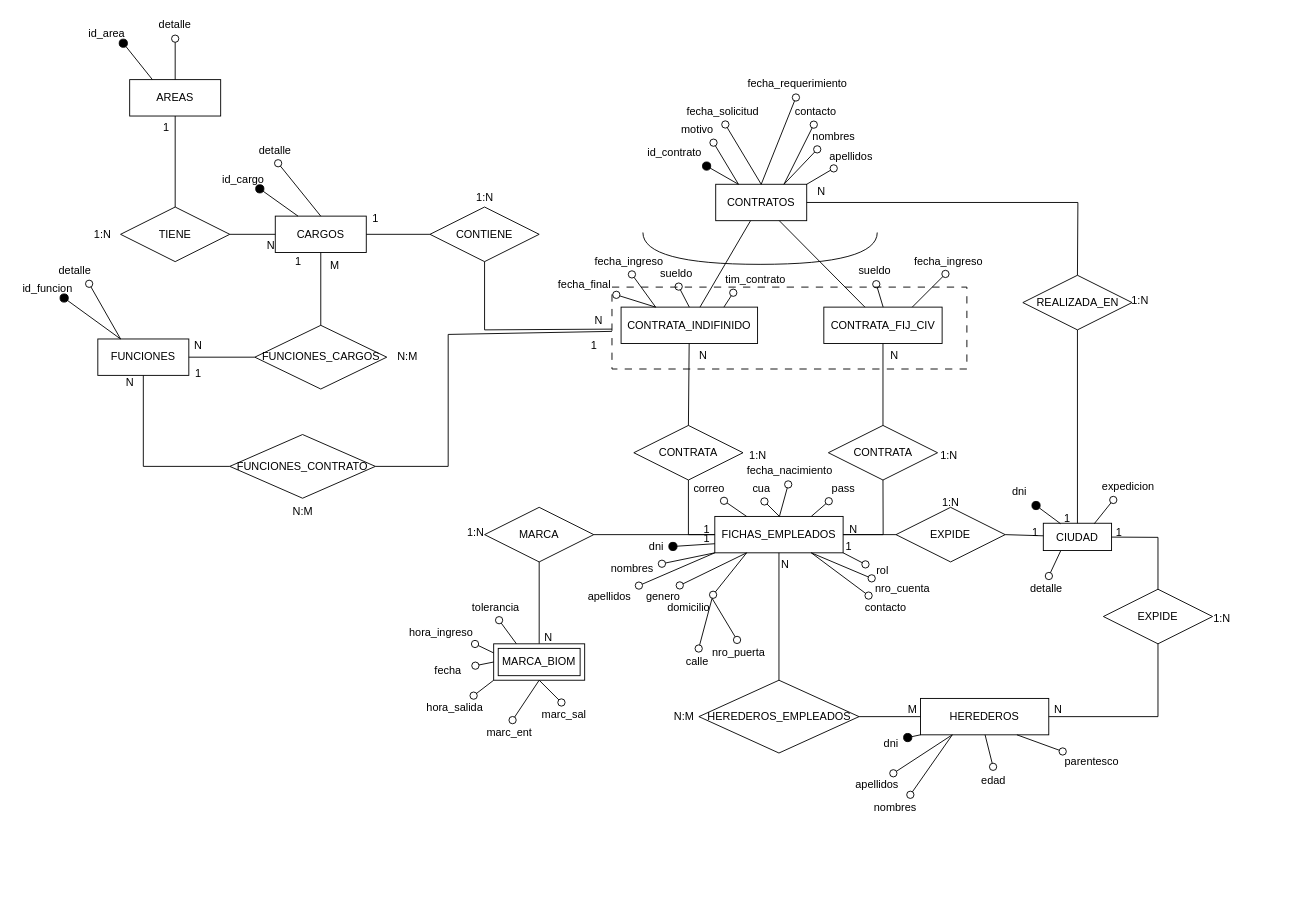
This is Diagrama SRH.drawio from tomyivan/diagramas-DB, a draw.io file, before an edit. Source tidied: cells renumbered, new cells numbered last; positions are measured from the earlier drawing's top-left corner, leaving out a move shared by most shapes. Both pictures are drawn from the tidied source at 91%, with x=0, y=0 at pixel (15, 15).
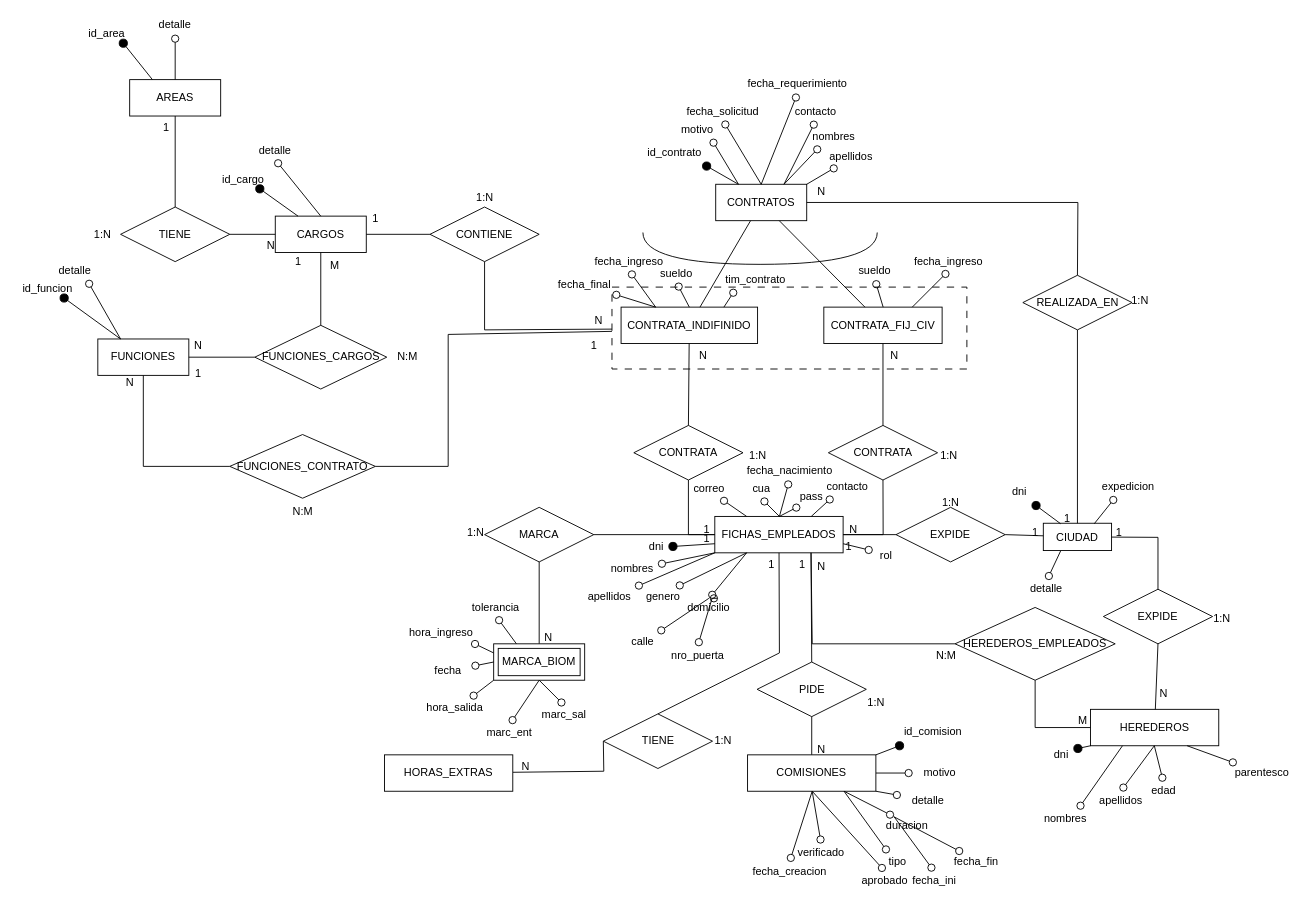
After the change.

Unchanged cells that the change refers to:
```xml
<mxCell id="76" value="FICHAS_EMPLEADOS" style="whiteSpace=wrap;html=1;align=center;" parent="1" vertex="1">
  <mxGeometry x="768" y="550" width="141" height="40" as="geometry" />
</mxCell>
<mxCell id="143" value="EXPIDE" style="shape=rhombus;perimeter=rhombusPerimeter;whiteSpace=wrap;html=1;align=center;" parent="1" vertex="1">
  <mxGeometry x="1195" y="630" width="120" height="60" as="geometry" />
</mxCell>
```

The edit, as a diff of the source:
```diff
@@
-    <mxCell id="99" value="domicilio" style="whiteSpace=wrap;html=1;align=center;strokeColor=none;fillColor=none;" parent="1" vertex="1">
-      <mxGeometry x="691.5" y="640" width="95" height="20" as="geometry" />
-    </mxCell>
@@
-    <mxCell id="101" style="endArrow=circle;html=1;rounded=0;strokeColor=default;shadow=0;startFill=0;fillOpacity=100;endFill=0;snapToPoint=1;fixDash=1;backgroundOutline=1;comic=0;jiggle=1;enumerate=0;orthogonal=0;strokeOpacity=100;arcSize=210;startArrow=none;strokeWidth=1;startSize=0;endSize=3;" parent="1" edge="1" target="103">
-      <mxGeometry relative="1" as="geometry">
-        <mxPoint x="765" y="640" as="sourcePoint" />
-      </mxGeometry>
+    <mxCell id="101" style="endArrow=circle;html=1;rounded=0;strokeColor=default;shadow=0;startFill=0;fillOpacity=100;endFill=0;snapToPoint=1;fixDash=1;backgroundOutline=1;comic=0;jiggle=1;enumerate=0;orthogonal=0;strokeOpacity=100;arcSize=210;startArrow=none;strokeWidth=1;startSize=0;endSize=3;exitX=0.5;exitY=0;exitDx=0;exitDy=0;" parent="1" edge="1" source="99" target="103">
+      <mxGeometry relative="1" as="geometry" />
     </mxCell>
@@
     <mxCell id="103" value="calle" style="whiteSpace=wrap;html=1;align=center;strokeColor=none;fillColor=none;" parent="1" vertex="1">
-      <mxGeometry x="733" y="700" width="32" height="20" as="geometry" />
+      <mxGeometry x="673" y="678" width="32" height="20" as="geometry" />
     </mxCell>
     <mxCell id="104" value="nro_puerta" style="whiteSpace=wrap;html=1;align=center;strokeColor=none;fillColor=none;" parent="1" vertex="1">
-      <mxGeometry x="759" y="690" width="71" height="20" as="geometry" />
+      <mxGeometry x="713.5" y="693" width="71" height="20" as="geometry" />
     </mxCell>
     <mxCell id="105" value="contacto" style="whiteSpace=wrap;html=1;align=center;strokeColor=none;fillColor=none;" parent="1" vertex="1">
-      <mxGeometry x="925" y="640" width="62.2" height="20" as="geometry" />
+      <mxGeometry x="882.8" y="507.5" width="62.2" height="20" as="geometry" />
     </mxCell>
@@
-    <mxCell id="109" value="nro_cuenta" style="whiteSpace=wrap;html=1;align=center;strokeColor=none;fillColor=none;" parent="1" vertex="1">
-      <mxGeometry x="945" y="620" width="58.8" height="20" as="geometry" />
+    <mxCell id="109" value="motivo" style="whiteSpace=wrap;html=1;align=center;strokeColor=none;fillColor=none;" parent="1" vertex="1">
+      <mxGeometry x="986.2" y="822" width="58.8" height="20" as="geometry" />
     </mxCell>
-    <mxCell id="110" style="endArrow=circle;html=1;rounded=0;strokeColor=default;shadow=0;startFill=0;fillOpacity=100;endFill=0;snapToPoint=1;fixDash=1;backgroundOutline=1;comic=0;jiggle=1;enumerate=0;orthogonal=0;strokeOpacity=100;arcSize=210;startArrow=none;strokeWidth=1;startSize=0;endSize=3;" parent="1" edge="1" source="76" target="109">
+    <mxCell id="110" style="endArrow=circle;html=1;rounded=0;strokeColor=default;shadow=0;startFill=0;fillOpacity=100;endFill=0;snapToPoint=1;fixDash=1;backgroundOutline=1;comic=0;jiggle=1;enumerate=0;orthogonal=0;strokeOpacity=100;arcSize=210;startArrow=none;strokeWidth=1;startSize=0;endSize=3;" parent="1" edge="1" source="185" target="109">
       <mxGeometry relative="1" as="geometry" />
     </mxCell>
@@
     <mxCell id="113" value="pass" style="whiteSpace=wrap;html=1;align=center;strokeColor=none;fillColor=none;" parent="1" vertex="1">
-      <mxGeometry x="884" y="510" width="51" height="20" as="geometry" />
+      <mxGeometry x="849" y="517.5" width="51" height="20" as="geometry" />
     </mxCell>
@@
     <mxCell id="115" value="rol" style="whiteSpace=wrap;html=1;align=center;strokeColor=none;fillColor=none;" parent="1" vertex="1">
-      <mxGeometry x="938.4" y="600" width="28.8" height="20" as="geometry" />
+      <mxGeometry x="941.8" y="582.5" width="28.8" height="20" as="geometry" />
     </mxCell>
@@
     <mxCell id="136" value="HEREDEROS" style="whiteSpace=wrap;html=1;align=center;" parent="1" vertex="1">
-      <mxGeometry x="994" y="750" width="141" height="40" as="geometry" />
+      <mxGeometry x="1180.8" y="762" width="141" height="40" as="geometry" />
     </mxCell>
     <mxCell id="137" value="HEREDEROS_EMPLEADOS" style="shape=rhombus;perimeter=rhombusPerimeter;whiteSpace=wrap;html=1;align=center;" parent="1" vertex="1">
-      <mxGeometry x="750.5" y="730" width="176" height="80" as="geometry" />
+      <mxGeometry x="1032" y="650" width="176" height="80" as="geometry" />
     </mxCell>
-    <mxCell id="138" style="endArrow=none;html=1;rounded=0;entryX=0.5;entryY=0;entryDx=0;entryDy=0;" parent="1" edge="1" source="76" target="137">
-      <mxGeometry relative="1" as="geometry" />
+    <mxCell id="138" style="endArrow=none;html=1;rounded=0;entryX=0;entryY=0.5;entryDx=0;entryDy=0;exitX=0.75;exitY=1;exitDx=0;exitDy=0;" parent="1" edge="1" source="76" target="137">
+      <mxGeometry relative="1" as="geometry">
+        <Array as="points">
+          <mxPoint x="875" y="690" />
+        </Array>
+      </mxGeometry>
     </mxCell>
-    <mxCell id="139" style="endArrow=none;html=1;rounded=0;exitX=1;exitY=0.5;exitDx=0;exitDy=0;" parent="1" edge="1" source="137" target="136">
-      <mxGeometry relative="1" as="geometry" />
+    <mxCell id="139" style="endArrow=none;html=1;rounded=0;exitX=0.5;exitY=1;exitDx=0;exitDy=0;" parent="1" edge="1" source="137" target="136">
+      <mxGeometry relative="1" as="geometry">
+        <Array as="points">
+          <mxPoint x="1120" y="782" />
+        </Array>
+      </mxGeometry>
     </mxCell>
     <mxCell id="140" value="N" style="text;html=1;align=center;verticalAlign=middle;strokeColor=none;fillColor=none;" parent="1" vertex="1">
-      <mxGeometry x="830" y="588" width="30" height="30" as="geometry" />
+      <mxGeometry x="870" y="590" width="30" height="30" as="geometry" />
     </mxCell>
     <mxCell id="141" value="M" style="text;html=1;align=center;verticalAlign=middle;strokeColor=none;fillColor=none;" parent="1" vertex="1">
-      <mxGeometry x="970" y="748" width="30" height="30" as="geometry" />
+      <mxGeometry x="1156.8" y="760" width="30" height="30" as="geometry" />
     </mxCell>
     <mxCell id="142" value="N:M" style="text;html=1;align=center;verticalAlign=middle;strokeColor=none;fillColor=none;" parent="1" vertex="1">
-      <mxGeometry x="709" y="755" width="50" height="30" as="geometry" />
+      <mxGeometry x="997.1" y="688" width="50" height="30" as="geometry" />
     </mxCell>
@@
     <mxCell id="145" style="endArrow=none;html=1;rounded=0;entryX=0.5;entryY=1;entryDx=0;entryDy=0;" parent="1" edge="1" source="136" target="143">
-      <mxGeometry relative="1" as="geometry">
-        <Array as="points">
-          <mxPoint x="1255" y="770" />
-        </Array>
-      </mxGeometry>
+      <mxGeometry relative="1" as="geometry" />
     </mxCell>
@@
     <mxCell id="147" value="N" style="text;html=1;align=center;verticalAlign=middle;strokeColor=none;fillColor=none;" parent="1" vertex="1">
-      <mxGeometry x="1130" y="748" width="30" height="30" as="geometry" />
+      <mxGeometry x="1246.4" y="730" width="30" height="30" as="geometry" />
     </mxCell>
@@
     <mxCell id="150" value="dni" style="whiteSpace=wrap;html=1;align=center;strokeColor=none;fillColor=none;" parent="1" vertex="1">
-      <mxGeometry x="944" y="785" width="36" height="30" as="geometry" />
+      <mxGeometry x="1130.8" y="797" width="36" height="30" as="geometry" />
     </mxCell>
     <mxCell id="151" value="nombres" style="whiteSpace=wrap;html=1;align=center;strokeColor=none;fillColor=none;" parent="1" vertex="1">
-      <mxGeometry x="939" y="860" width="55" height="20" as="geometry" />
+      <mxGeometry x="1125.8" y="872" width="55" height="20" as="geometry" />
     </mxCell>
     <mxCell id="152" value="apellidos" style="whiteSpace=wrap;html=1;align=center;strokeColor=none;fillColor=none;" parent="1" vertex="1">
-      <mxGeometry x="919" y="835" width="55" height="20" as="geometry" />
+      <mxGeometry x="1186.8" y="852" width="55" height="20" as="geometry" />
     </mxCell>
@@
     <mxCell id="156" value="edad" style="whiteSpace=wrap;html=1;align=center;strokeColor=none;fillColor=none;" parent="1" vertex="1">
-      <mxGeometry x="1047.1" y="830" width="55" height="20" as="geometry" />
+      <mxGeometry x="1233.9" y="842" width="55" height="20" as="geometry" />
     </mxCell>
     <mxCell id="157" value="parentesco" style="whiteSpace=wrap;html=1;align=center;strokeColor=none;fillColor=none;" parent="1" vertex="1">
-      <mxGeometry x="1155" y="810" width="55" height="20" as="geometry" />
+      <mxGeometry x="1341.8" y="822" width="55" height="20" as="geometry" />
     </mxCell>
@@
+    <mxCell id="178" value="PIDE" style="shape=rhombus;perimeter=rhombusPerimeter;whiteSpace=wrap;html=1;align=center;" parent="1" vertex="1">
+      <mxGeometry x="814.5" y="710" width="120" height="60" as="geometry" />
+    </mxCell>
+    <mxCell id="179" style="endArrow=none;html=1;rounded=0;exitX=0.5;exitY=0;exitDx=0;exitDy=0;entryX=0.75;entryY=1;entryDx=0;entryDy=0;" parent="1" edge="1" source="178" target="76">
+      <mxGeometry relative="1" as="geometry" />
+    </mxCell>
+    <mxCell id="180" value="1:N" style="text;html=1;align=center;verticalAlign=middle;strokeColor=none;fillColor=none;" parent="1" vertex="1">
+      <mxGeometry x="925" y="740" width="40" height="30" as="geometry" />
+    </mxCell>
+    <mxCell id="181" value="1" style="text;html=1;align=center;verticalAlign=middle;strokeColor=none;fillColor=none;" parent="1" vertex="1">
+      <mxGeometry x="849" y="588" width="30" height="30" as="geometry" />
+    </mxCell>
+    <mxCell id="182" style="endArrow=none;html=1;rounded=0;entryX=0.5;entryY=1;entryDx=0;entryDy=0;" parent="1" edge="1" source="185" target="178">
+      <mxGeometry relative="1" as="geometry" />
+    </mxCell>
+    <mxCell id="183" value="N" style="text;html=1;align=center;verticalAlign=middle;strokeColor=none;fillColor=none;" parent="1" vertex="1">
+      <mxGeometry x="870" y="792" width="30" height="30" as="geometry" />
+    </mxCell>
+    <mxCell id="184" style="endArrow=circle;html=1;rounded=0;strokeColor=default;shadow=0;startFill=0;fillOpacity=100;endFill=0;snapToPoint=1;fixDash=1;backgroundOutline=1;comic=0;jiggle=1;enumerate=0;orthogonal=0;strokeOpacity=100;arcSize=210;startArrow=none;strokeWidth=1;startSize=0;endSize=3;" parent="1" edge="1" target="99">
+      <mxGeometry relative="1" as="geometry">
+        <mxPoint x="765" y="640" as="sourcePoint" />
+      </mxGeometry>
+    </mxCell>
+    <mxCell id="99" value="domicilio" style="whiteSpace=wrap;html=1;align=center;strokeColor=none;fillColor=none;" parent="1" vertex="1">
+      <mxGeometry x="714" y="640" width="95" height="20" as="geometry" />
+    </mxCell>
+    <mxCell id="185" value="COMISIONES" style="whiteSpace=wrap;html=1;align=center;" parent="1" vertex="1">
+      <mxGeometry x="804" y="812" width="141" height="40" as="geometry" />
+    </mxCell>
+    <mxCell id="186" value="TIENE" style="shape=rhombus;perimeter=rhombusPerimeter;whiteSpace=wrap;html=1;align=center;" parent="1" vertex="1">
+      <mxGeometry x="645.5" y="767" width="120" height="60" as="geometry" />
+    </mxCell>
+    <mxCell id="187" style="endArrow=none;html=1;rounded=0;exitX=0.5;exitY=0;exitDx=0;exitDy=0;" parent="1" edge="1" source="186" target="76">
+      <mxGeometry relative="1" as="geometry">
+        <Array as="points">
+          <mxPoint x="839" y="700" />
+        </Array>
+      </mxGeometry>
+    </mxCell>
+    <mxCell id="188" style="endArrow=none;html=1;rounded=0;entryX=0;entryY=0.5;entryDx=0;entryDy=0;" parent="1" edge="1" source="189" target="186">
+      <mxGeometry relative="1" as="geometry">
+        <Array as="points">
+          <mxPoint x="646" y="830" />
+        </Array>
+      </mxGeometry>
+    </mxCell>
+    <mxCell id="189" value="HORAS_EXTRAS" style="whiteSpace=wrap;html=1;align=center;" parent="1" vertex="1">
+      <mxGeometry x="405" y="812" width="141" height="40" as="geometry" />
+    </mxCell>
+    <mxCell id="190" value="1" style="text;html=1;align=center;verticalAlign=middle;strokeColor=none;fillColor=none;" parent="1" vertex="1">
+      <mxGeometry x="814.5" y="587.5" width="30" height="30" as="geometry" />
+    </mxCell>
+    <mxCell id="191" value="N" style="text;html=1;align=center;verticalAlign=middle;strokeColor=none;fillColor=none;" parent="1" vertex="1">
+      <mxGeometry x="545" y="810" width="30" height="30" as="geometry" />
+    </mxCell>
+    <mxCell id="192" value="1:N" style="text;html=1;align=center;verticalAlign=middle;strokeColor=none;fillColor=none;" parent="1" vertex="1">
+      <mxGeometry x="757" y="782" width="40" height="30" as="geometry" />
+    </mxCell>
+    <mxCell id="193" value="detalle" style="whiteSpace=wrap;html=1;align=center;strokeColor=none;fillColor=none;" parent="1" vertex="1">
+      <mxGeometry x="973.2" y="852" width="58.8" height="20" as="geometry" />
+    </mxCell>
+    <mxCell id="194" style="endArrow=circle;html=1;rounded=0;strokeColor=default;shadow=0;startFill=0;fillOpacity=100;endFill=0;snapToPoint=1;fixDash=1;backgroundOutline=1;comic=0;jiggle=1;enumerate=0;orthogonal=0;strokeOpacity=100;arcSize=210;startArrow=none;strokeWidth=1;startSize=0;endSize=3;" parent="1" edge="1" source="185" target="193">
+      <mxGeometry relative="1" as="geometry" />
+    </mxCell>
+    <mxCell id="195" value="id_comision" style="whiteSpace=wrap;html=1;align=center;strokeColor=none;fillColor=none;" parent="1" vertex="1">
+      <mxGeometry x="971.1" y="772" width="73.9" height="30" as="geometry" />
+    </mxCell>
+    <mxCell id="196" style="endArrow=none;html=1;rounded=0;shadow=0;startFill=1;fillOpacity=100;endFill=1;snapToPoint=1;fixDash=1;backgroundOutline=1;comic=0;jiggle=1;enumerate=0;orthogonal=0;strokeOpacity=100;arcSize=210;startArrow=oval;strokeWidth=1;startSize=9;" parent="1" edge="1" source="195" target="185">
+      <mxGeometry relative="1" as="geometry" />
+    </mxCell>
+    <mxCell id="197" value="duracion" style="whiteSpace=wrap;html=1;align=center;strokeColor=none;fillColor=none;" parent="1" vertex="1">
+      <mxGeometry x="950" y="880" width="58.8" height="20" as="geometry" />
+    </mxCell>
+    <mxCell id="198" style="endArrow=circle;html=1;rounded=0;strokeColor=default;shadow=0;startFill=0;fillOpacity=100;endFill=0;snapToPoint=1;fixDash=1;backgroundOutline=1;comic=0;jiggle=1;enumerate=0;orthogonal=0;strokeOpacity=100;arcSize=210;startArrow=none;strokeWidth=1;startSize=0;endSize=3;" parent="1" edge="1" source="185" target="197">
+      <mxGeometry relative="1" as="geometry" />
+    </mxCell>
+    <mxCell id="199" style="endArrow=circle;html=1;rounded=0;strokeColor=default;shadow=0;startFill=0;fillOpacity=100;endFill=0;snapToPoint=1;fixDash=1;backgroundOutline=1;comic=0;jiggle=1;enumerate=0;orthogonal=0;strokeOpacity=100;arcSize=210;startArrow=none;strokeWidth=1;startSize=0;endSize=3;" parent="1" edge="1" target="202">
+      <mxGeometry relative="1" as="geometry">
+        <mxPoint x="965" y="880" as="sourcePoint" />
+      </mxGeometry>
+    </mxCell>
+    <mxCell id="200" style="endArrow=circle;html=1;rounded=0;strokeColor=default;shadow=0;startFill=0;fillOpacity=100;endFill=0;snapToPoint=1;fixDash=1;backgroundOutline=1;comic=0;jiggle=1;enumerate=0;orthogonal=0;strokeOpacity=100;arcSize=210;startArrow=none;strokeWidth=1;startSize=0;endSize=3;exitX=0.25;exitY=0;exitDx=0;exitDy=0;" parent="1" edge="1" source="197" target="201">
+      <mxGeometry relative="1" as="geometry" />
+    </mxCell>
+    <mxCell id="201" value="fecha_fin" style="whiteSpace=wrap;html=1;align=center;strokeColor=none;fillColor=none;" parent="1" vertex="1">
+      <mxGeometry x="1026.2" y="920" width="58.8" height="20" as="geometry" />
+    </mxCell>
+    <mxCell id="202" value="fecha_ini" style="whiteSpace=wrap;html=1;align=center;strokeColor=none;fillColor=none;" parent="1" vertex="1">
+      <mxGeometry x="980" y="940" width="58.8" height="20" as="geometry" />
+    </mxCell>
+    <mxCell id="203" value="tipo" style="whiteSpace=wrap;html=1;align=center;strokeColor=none;fillColor=none;" parent="1" vertex="1">
+      <mxGeometry x="950" y="920" width="37.5" height="20" as="geometry" />
+    </mxCell>
+    <mxCell id="204" style="endArrow=circle;html=1;rounded=0;strokeColor=default;shadow=0;startFill=0;fillOpacity=100;endFill=0;snapToPoint=1;fixDash=1;backgroundOutline=1;comic=0;jiggle=1;enumerate=0;orthogonal=0;strokeOpacity=100;arcSize=210;startArrow=none;strokeWidth=1;startSize=0;endSize=3;" parent="1" edge="1" source="185" target="203">
+      <mxGeometry relative="1" as="geometry" />
+    </mxCell>
+    <mxCell id="205" value="aprobado" style="whiteSpace=wrap;html=1;align=center;strokeColor=none;fillColor=none;" parent="1" vertex="1">
+      <mxGeometry x="925" y="940" width="59.8" height="20" as="geometry" />
+    </mxCell>
+    <mxCell id="206" style="endArrow=circle;html=1;rounded=0;strokeColor=default;shadow=0;startFill=0;fillOpacity=100;endFill=0;snapToPoint=1;fixDash=1;backgroundOutline=1;comic=0;jiggle=1;enumerate=0;orthogonal=0;strokeOpacity=100;arcSize=210;startArrow=none;strokeWidth=1;startSize=0;endSize=3;" parent="1" edge="1" source="185" target="205">
+      <mxGeometry relative="1" as="geometry" />
+    </mxCell>
+    <mxCell id="207" value="verificado" style="whiteSpace=wrap;html=1;align=center;strokeColor=none;fillColor=none;" parent="1" vertex="1">
+      <mxGeometry x="855.1" y="910" width="59.8" height="20" as="geometry" />
+    </mxCell>
+    <mxCell id="208" style="endArrow=circle;html=1;rounded=0;strokeColor=default;shadow=0;startFill=0;fillOpacity=100;endFill=0;snapToPoint=1;fixDash=1;backgroundOutline=1;comic=0;jiggle=1;enumerate=0;orthogonal=0;strokeOpacity=100;arcSize=210;startArrow=none;strokeWidth=1;startSize=0;endSize=3;" parent="1" edge="1" source="185" target="207">
+      <mxGeometry relative="1" as="geometry" />
+    </mxCell>
+    <mxCell id="209" value="fecha_creacion" style="whiteSpace=wrap;html=1;align=center;strokeColor=none;fillColor=none;" parent="1" vertex="1">
+      <mxGeometry x="802.5" y="930" width="94.8" height="20" as="geometry" />
+    </mxCell>
+    <mxCell id="210" style="endArrow=circle;html=1;rounded=0;strokeColor=default;shadow=0;startFill=0;fillOpacity=100;endFill=0;snapToPoint=1;fixDash=1;backgroundOutline=1;comic=0;jiggle=1;enumerate=0;orthogonal=0;strokeOpacity=100;arcSize=210;startArrow=none;strokeWidth=1;startSize=0;endSize=3;" parent="1" edge="1" source="185" target="209">
+      <mxGeometry relative="1" as="geometry" />
+    </mxCell>
```
